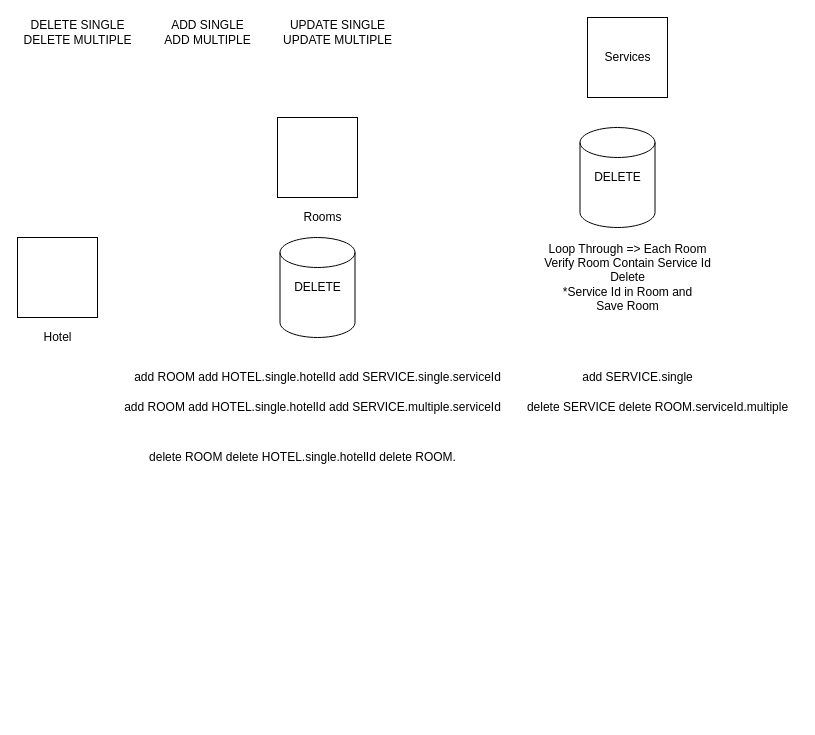
appsdevers/portfolio keeps this draw.io diagram as Untitled Diagram.drawio. Above is the earlier version. Source tidied: cells renumbered, new cells numbered last; positions are measured from the earlier drawing's top-left corner, leaving out a move shared by most shapes. Both pictures are drawn from the tidied source at 100%, with x=0, y=0 at pixel (17, 17).
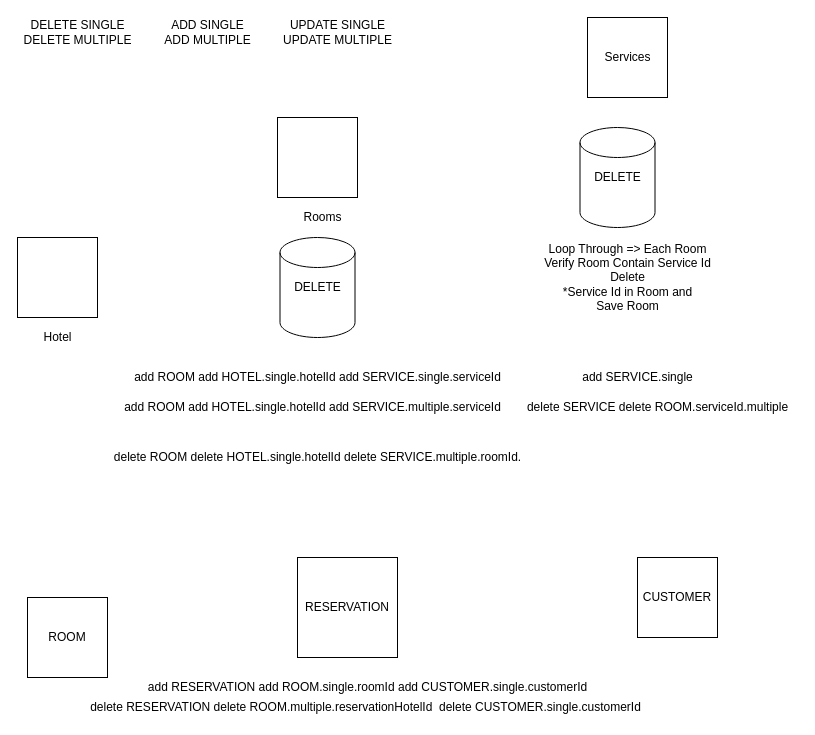
After the change.

What changed in the source:
```diff
@@
-    <mxCell id="18" value="delete ROOM delete HOTEL.single.hotelId delete ROOM." style="text;html=1;align=center;verticalAlign=middle;strokeColor=none;fillColor=none;" parent="1" vertex="1">
-      <mxGeometry x="125" y="430" width="320" height="20" as="geometry" />
+    <mxCell id="18" value="delete ROOM delete HOTEL.single.hotelId delete SERVICE.multiple.roomId." style="text;html=1;align=center;verticalAlign=middle;strokeColor=none;fillColor=none;" parent="1" vertex="1">
+      <mxGeometry x="90" y="430" width="420" height="20" as="geometry" />
     </mxCell>
@@
+    <mxCell id="21" value="RESERVATION&lt;br&gt;" style="whiteSpace=wrap;html=1;" parent="1" vertex="1">
+      <mxGeometry x="280" y="540" width="100" height="100" as="geometry" />
+    </mxCell>
+    <mxCell id="22" value="ROOM" style="whiteSpace=wrap;html=1;" parent="1" vertex="1">
+      <mxGeometry x="10" y="580" width="80" height="80" as="geometry" />
+    </mxCell>
+    <mxCell id="23" value="CUSTOMER" style="whiteSpace=wrap;html=1;" parent="1" vertex="1">
+      <mxGeometry x="620" y="540" width="80" height="80" as="geometry" />
+    </mxCell>
+    <mxCell id="24" value="add RESERVATION add ROOM.single.roomId add CUSTOMER.single.customerId" style="text;html=1;align=center;verticalAlign=middle;strokeColor=none;fillColor=none;" parent="1" vertex="1">
+      <mxGeometry x="125" y="660" width="450" height="20" as="geometry" />
+    </mxCell>
+    <mxCell id="25" value="delete RESERVATION delete ROOM.multiple.reservationHotelId&amp;nbsp; delete CUSTOMER.single.customerId" style="text;html=1;align=center;verticalAlign=middle;strokeColor=none;fillColor=none;" parent="1" vertex="1">
+      <mxGeometry x="62.5" y="680" width="570" height="20" as="geometry" />
+    </mxCell>
```
